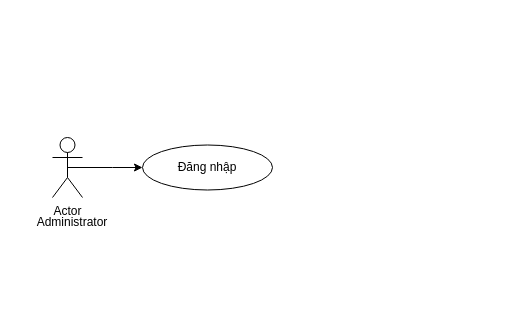
Above: Diagram/Untitled Diagram.drawio in martlucky/Diagrams (draw.io), before the change. Source tidied: cells renumbered, new cells numbered last; positions are measured from the earlier drawing's top-left corner, leaving out a move shared by most shapes. Both pictures are drawn from the tidied source at 100%, with x=0, y=0 at pixel (22, 137).
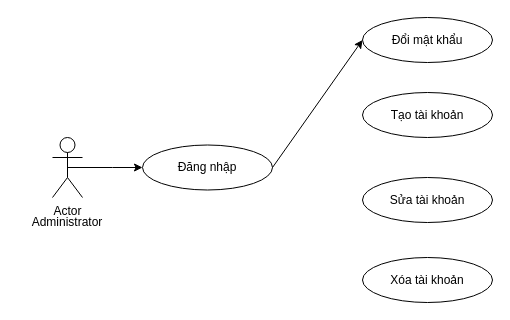
The same page after the edit.

Commit message (it also covers changes not shown here):
Cập nhật Untitled Diagram.drawio

Change to the diagram source:
```diff
@@
 <mxGraphModel>
   <root>
     <mxCell id="0" />
     <mxCell id="1" parent="0" />
     <mxCell id="2" style="edgeStyle=orthogonalEdgeStyle;rounded=0;jettySize=auto;html=1;exitX=0.5;exitY=0.5;exitDx=0;exitDy=0;exitPerimeter=0;" parent="1" edge="1" source="3">
       <mxGeometry relative="1" as="geometry">
         <mxPoint x="120" y="30" as="targetPoint" />
       </mxGeometry>
     </mxCell>
     <mxCell id="3" value="Actor" style="shape=umlActor;verticalLabelPosition=bottom;verticalAlign=top;html=1;outlineConnect=0;direction=east;fontFamily=Helvetica;labelPadding=0;" parent="1" vertex="1">
       <mxGeometry x="30" width="30" height="60" as="geometry" />
     </mxCell>
     <mxCell id="4" value="Administrator" style="text;html=1;align=center;verticalAlign=middle;whiteSpace=wrap;rounded=0;" parent="1" vertex="1">
-      <mxGeometry y="70" width="100" height="30" as="geometry" />
+      <mxGeometry x="-5" y="70" width="100" height="30" as="geometry" />
     </mxCell>
     <mxCell id="5" style="ellipse;whiteSpace=wrap;html=1;" parent="1" vertex="1">
       <mxGeometry x="120" y="7.5" width="130" height="45" as="geometry" />
     </mxCell>
     <mxCell id="6" value="Đăng nhập" style="text;html=1;align=center;verticalAlign=middle;whiteSpace=wrap;rounded=0;" parent="1" vertex="1">
       <mxGeometry x="125" y="15" width="120" height="30" as="geometry" />
     </mxCell>
+    <mxCell id="7" style="endArrow=classic;html=1;rounded=0;exitX=1;exitY=0.5;exitDx=0;exitDy=0;entryX=0;entryY=0.5;entryDx=0;entryDy=0;" parent="1" edge="1" source="5" target="8">
+      <mxGeometry relative="1" as="geometry" />
+    </mxCell>
+    <mxCell id="8" style="ellipse;whiteSpace=wrap;html=1;" parent="1" vertex="1">
+      <mxGeometry x="340" y="-120" width="130" height="45" as="geometry" />
+    </mxCell>
+    <mxCell id="9" value="Đổi mật khẩu" style="text;html=1;align=center;verticalAlign=middle;whiteSpace=wrap;rounded=0;" parent="1" vertex="1">
+      <mxGeometry x="345" y="-112.5" width="120" height="30" as="geometry" />
+    </mxCell>
+    <mxCell id="10" style="ellipse;whiteSpace=wrap;html=1;" parent="1" vertex="1">
+      <mxGeometry x="340" y="-45" width="130" height="45" as="geometry" />
+    </mxCell>
+    <mxCell id="11" value="Tạo tài khoản" style="text;html=1;align=center;verticalAlign=middle;whiteSpace=wrap;rounded=0;" parent="1" vertex="1">
+      <mxGeometry x="345" y="-37.5" width="120" height="30" as="geometry" />
+    </mxCell>
+    <mxCell id="12" style="ellipse;whiteSpace=wrap;html=1;" parent="1" vertex="1">
+      <mxGeometry x="340" y="40" width="130" height="45" as="geometry" />
+    </mxCell>
+    <mxCell id="13" value="Sửa tài khoản" style="text;html=1;align=center;verticalAlign=middle;whiteSpace=wrap;rounded=0;" parent="1" vertex="1">
+      <mxGeometry x="345" y="47.5" width="120" height="30" as="geometry" />
+    </mxCell>
+    <mxCell id="14" style="ellipse;whiteSpace=wrap;html=1;" parent="1" vertex="1">
+      <mxGeometry x="340" y="120" width="130" height="45" as="geometry" />
+    </mxCell>
+    <mxCell id="15" value="Xóa tài khoản" style="text;html=1;align=center;verticalAlign=middle;whiteSpace=wrap;rounded=0;" parent="1" vertex="1">
+      <mxGeometry x="345" y="127.5" width="120" height="30" as="geometry" />
+    </mxCell>
   </root>
 </mxGraphModel>
```
